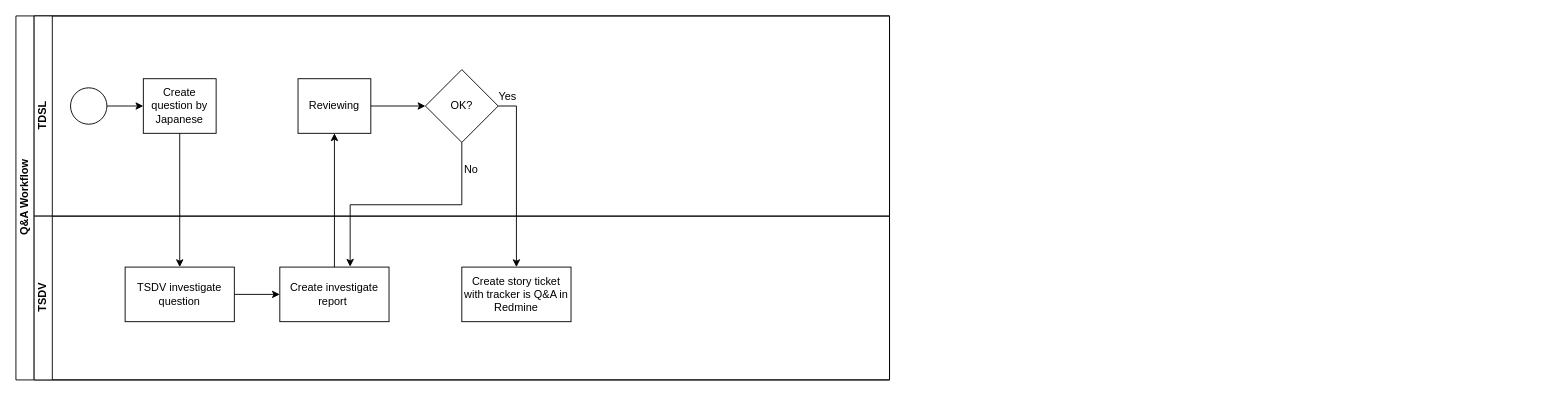
Before: Untitled Diagram.drawio in hueanmy/30-days-of-vue, a draw.io diagram. Source tidied: cells renumbered, new cells numbered last; positions are measured from the earlier drawing's top-left corner, leaving out a move shared by most shapes. Both pictures are drawn from the tidied source at 91%, with x=0, y=0 at pixel (15, 15).
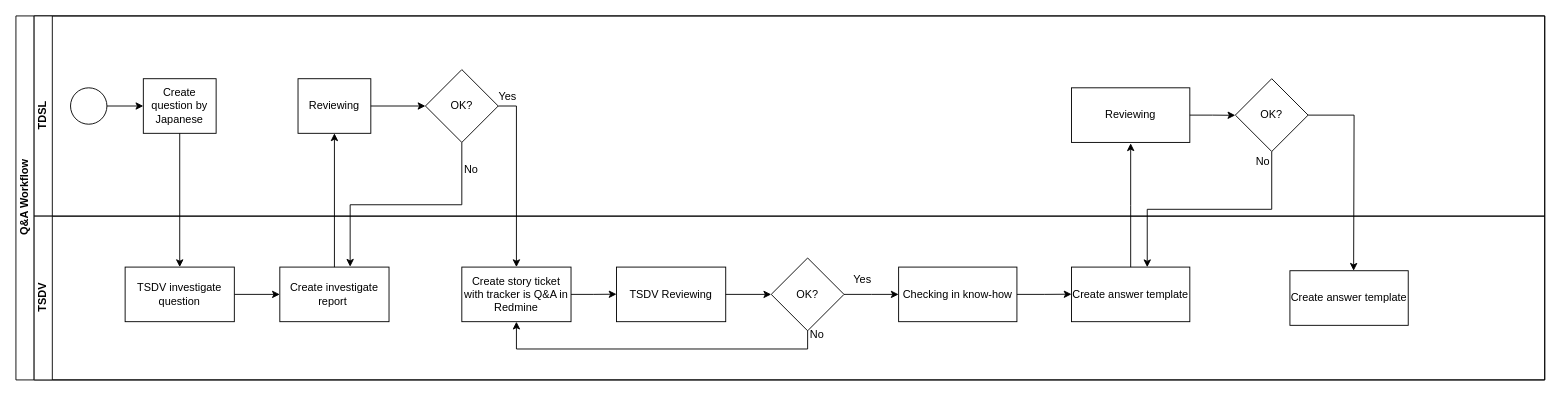
After the change.

The change refers to these unchanged cells:
```xml
<mxCell id="15" value="Create story ticket with tracker is Q&amp;amp;A in Redmine" style="rounded=0;whiteSpace=wrap;html=1;" parent="11" vertex="1">
  <mxGeometry x="470" y="56" width="120" height="60" as="geometry" />
</mxCell>
```

The edit, as a diff of the source:
```diff
@@
     <mxCell id="2" value="Q&amp;amp;A Workflow" style="swimlane;html=1;horizontal=0;startSize=20;" parent="1" vertex="1">
-      <mxGeometry width="960" height="400" as="geometry" />
+      <mxGeometry width="1680" height="400" as="geometry" />
     </mxCell>
     <mxCell id="3" value="TDSL" style="swimlane;html=1;startSize=20;horizontal=0;" parent="2" vertex="1">
-      <mxGeometry x="20" width="940" height="220" as="geometry" />
+      <mxGeometry x="20" width="1660" height="220" as="geometry" />
     </mxCell>
@@
+    <mxCell id="21" value="Reviewing" style="rounded=0;whiteSpace=wrap;html=1;" parent="3" vertex="1">
+      <mxGeometry x="1140" y="79" width="130" height="60" as="geometry" />
+    </mxCell>
+    <mxCell id="22" value="OK?" style="rhombus;whiteSpace=wrap;html=1;" parent="3" vertex="1">
+      <mxGeometry x="1320" y="69" width="80" height="80" as="geometry" />
+    </mxCell>
     <mxCell id="11" value="TSDV" style="swimlane;html=1;startSize=20;horizontal=0;" parent="2" vertex="1">
-      <mxGeometry x="20" y="220" width="940" height="180" as="geometry" />
+      <mxGeometry x="20" y="220" width="1660" height="180" as="geometry" />
     </mxCell>
@@
+    <mxCell id="23" value="TSDV Reviewing" style="rounded=0;whiteSpace=wrap;html=1;" parent="11" vertex="1">
+      <mxGeometry x="640" y="56" width="120" height="60" as="geometry" />
+    </mxCell>
+    <mxCell id="24" style="edgeStyle=orthogonalEdgeStyle;rounded=0;jettySize=auto;html=1;exitX=0.5;exitY=1;exitDx=0;exitDy=0;entryX=0.5;entryY=1;entryDx=0;entryDy=0;" parent="11" edge="1" source="25" target="15">
+      <mxGeometry relative="1" as="geometry" />
+    </mxCell>
+    <mxCell id="25" value="OK?" style="rhombus;whiteSpace=wrap;html=1;" parent="11" vertex="1">
+      <mxGeometry x="810" y="46" width="80" height="80" as="geometry" />
+    </mxCell>
+    <mxCell id="26" style="edgeStyle=orthogonalEdgeStyle;rounded=0;jettySize=auto;html=1;exitX=1;exitY=0.5;exitDx=0;exitDy=0;" parent="11" edge="1" source="23" target="25">
+      <mxGeometry relative="1" as="geometry" />
+    </mxCell>
+    <mxCell id="27" value="Yes" style="text;html=1;align=center;verticalAlign=middle;" parent="11" vertex="1">
+      <mxGeometry x="890" y="60" width="40" height="20" as="geometry" />
+    </mxCell>
+    <mxCell id="28" value="Checking in know-how" style="rounded=0;whiteSpace=wrap;html=1;" parent="11" vertex="1">
+      <mxGeometry x="950" y="56" width="130" height="60" as="geometry" />
+    </mxCell>
+    <mxCell id="29" value="Create answer template" style="rounded=0;whiteSpace=wrap;html=1;" parent="11" vertex="1">
+      <mxGeometry x="1140" y="56" width="130" height="60" as="geometry" />
+    </mxCell>
+    <mxCell id="30" value="Create answer template" style="rounded=0;whiteSpace=wrap;html=1;" parent="11" vertex="1">
+      <mxGeometry x="1380" y="60" width="130" height="60" as="geometry" />
+    </mxCell>
@@
+    <mxCell id="31" style="edgeStyle=orthogonalEdgeStyle;rounded=0;jettySize=auto;html=1;exitX=0.5;exitY=1;exitDx=0;exitDy=0;entryX=0.64;entryY=0.002;entryDx=0;entryDy=0;entryPerimeter=0;" parent="2" edge="1" source="22" target="29">
+      <mxGeometry relative="1" as="geometry" />
+    </mxCell>
@@
+    <mxCell id="32" style="edgeStyle=orthogonalEdgeStyle;rounded=0;jettySize=auto;html=1;exitX=1;exitY=0.5;exitDx=0;exitDy=0;" parent="1" edge="1" source="15">
+      <mxGeometry relative="1" as="geometry">
+        <mxPoint x="660" y="305.8" as="targetPoint" />
+      </mxGeometry>
+    </mxCell>
+    <mxCell id="33" style="edgeStyle=orthogonalEdgeStyle;rounded=0;jettySize=auto;html=1;exitX=1;exitY=0.5;exitDx=0;exitDy=0;" parent="1" edge="1" source="25">
+      <mxGeometry relative="1" as="geometry">
+        <mxPoint x="970" y="306" as="targetPoint" />
+      </mxGeometry>
+    </mxCell>
+    <mxCell id="34" value="No" style="text;html=1;align=center;verticalAlign=middle;" parent="1" vertex="1">
+      <mxGeometry x="865" y="340" width="30" height="20" as="geometry" />
+    </mxCell>
+    <mxCell id="35" style="edgeStyle=orthogonalEdgeStyle;rounded=0;jettySize=auto;html=1;exitX=1;exitY=0.5;exitDx=0;exitDy=0;" parent="1" edge="1" source="28">
+      <mxGeometry relative="1" as="geometry">
+        <mxPoint x="1160" y="305.8" as="targetPoint" />
+      </mxGeometry>
+    </mxCell>
+    <mxCell id="36" style="edgeStyle=orthogonalEdgeStyle;rounded=0;jettySize=auto;html=1;exitX=0.5;exitY=0;exitDx=0;exitDy=0;" parent="1" edge="1" source="29">
+      <mxGeometry relative="1" as="geometry">
+        <mxPoint x="1225" y="140" as="targetPoint" />
+      </mxGeometry>
+    </mxCell>
+    <mxCell id="37" style="edgeStyle=orthogonalEdgeStyle;rounded=0;jettySize=auto;html=1;exitX=1;exitY=0.5;exitDx=0;exitDy=0;" parent="1" edge="1" source="21">
+      <mxGeometry relative="1" as="geometry">
+        <mxPoint x="1340" y="109.2" as="targetPoint" />
+      </mxGeometry>
+    </mxCell>
+    <mxCell id="38" style="edgeStyle=orthogonalEdgeStyle;rounded=0;jettySize=auto;html=1;exitX=1;exitY=0.5;exitDx=0;exitDy=0;" parent="1" edge="1" source="22">
+      <mxGeometry relative="1" as="geometry">
+        <mxPoint x="1470" y="280" as="targetPoint" />
+      </mxGeometry>
+    </mxCell>
+    <mxCell id="39" value="No" style="text;html=1;align=center;verticalAlign=middle;" parent="1" vertex="1">
+      <mxGeometry x="1355" y="150" width="30" height="20" as="geometry" />
+    </mxCell>
```
